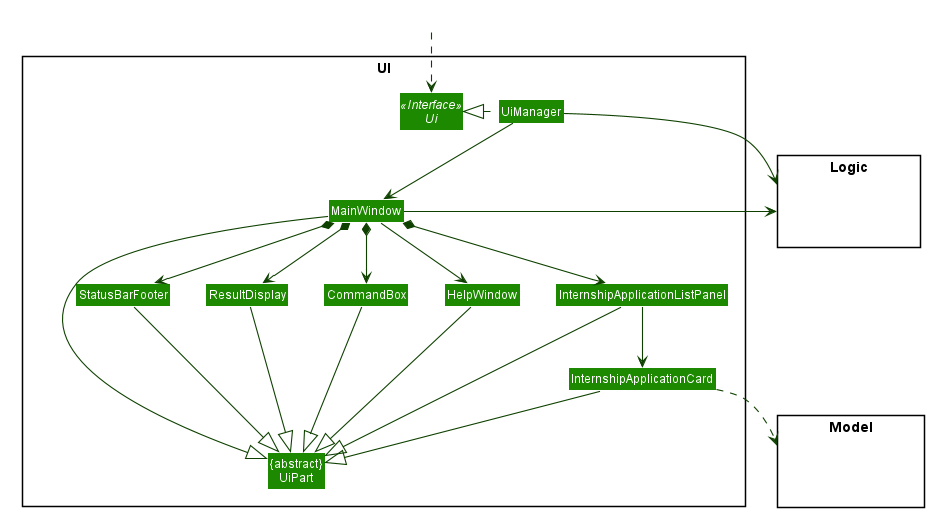
Before: images/UiClassDiagram.png, a diagram exported from PlantUML (AY1920S2-CS2103T-F10-2/main).
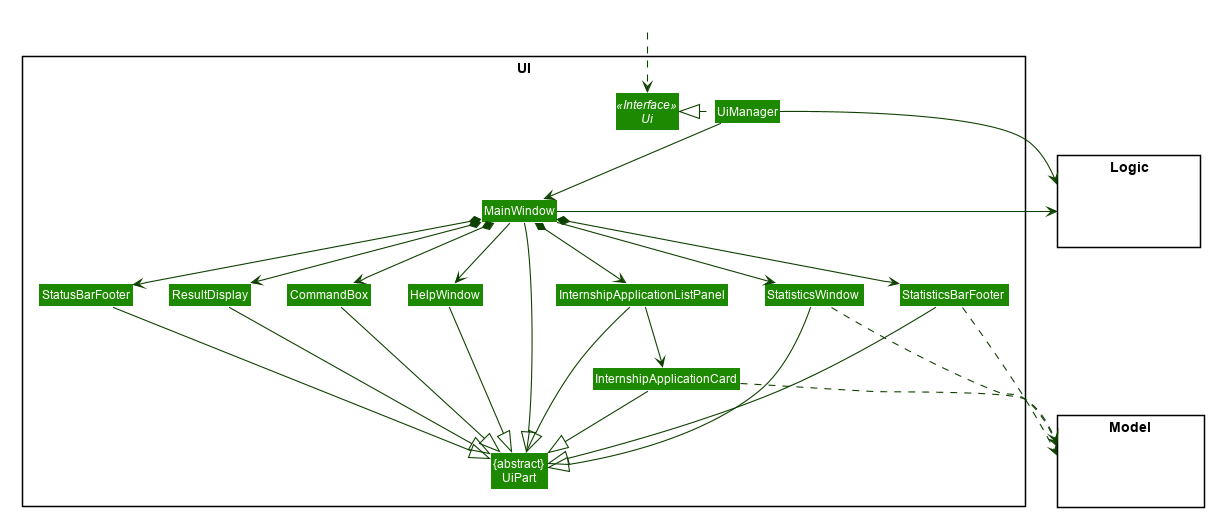
The same diagram one commit later.

Diff of the diagram source:
```diff
@@ -57,6 +57,8 @@
 Class UiManager
 Class MainWindow
 Class HelpWindow
+Class StatisticsWindow
+Class StatisticsBarFooter
 Class ResultDisplay
 Class InternshipApplicationListPanel
 Class InternshipApplicationCard
@@ -77,7 +79,9 @@
 
 UiManager .left.|> Ui
 UiManager -down-> MainWindow
-MainWindow --> HelpWindow
+MainWindow -down-> StatisticsWindow
+MainWindow *-down-> StatisticsBarFooter
+MainWindow -down-> HelpWindow
 MainWindow *-down-> CommandBox
 MainWindow *-down-> ResultDisplay
 MainWindow *-down-> InternshipApplicationListPanel
@@ -92,12 +96,18 @@
 InternshipApplicationListPanel --|> UiPart
 InternshipApplicationCard --|> UiPart
 StatusBarFooter --|> UiPart
-HelpWindow -down-|> UiPart
+StatisticsWindow --|> UiPart
+StatisticsBarFooter--|> UiPart
+HelpWindow --|> UiPart
 
+StatisticsBarFooter ..> Model
+StatisticsWindow ..> Model
 InternshipApplicationCard ..> Model
 UiManager -right-> Logic
 MainWindow -left-> Logic
 
+StatisticsBarFooter -[hidden]left- StatisticsWindow
+StatisticsWindow -[hidden]left- InternshipApplicationListPanel
 InternshipApplicationListPanel -[hidden]left- HelpWindow
 HelpWindow -[hidden]left- CommandBox
 CommandBox -[hidden]left- ResultDisplay
```
